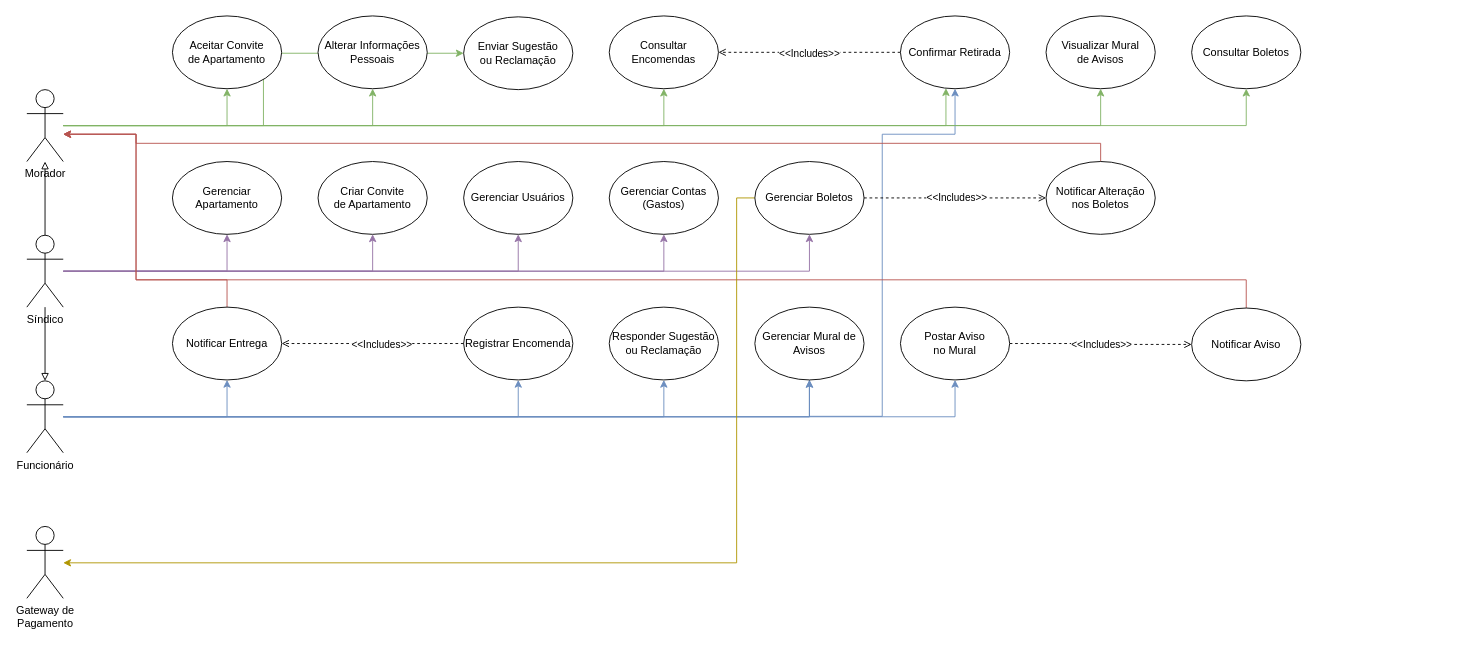
This is Artefatos/Casos de Uso/Diagrama.drawio from jaoppb/villa-pisani, a draw.io file, before an edit. Source tidied: cells renumbered, new cells numbered last; positions are measured from the earlier drawing's top-left corner, leaving out a move shared by most shapes. Both pictures are drawn from the tidied source at 91%, with x=0, y=0 at pixel (26, 15).
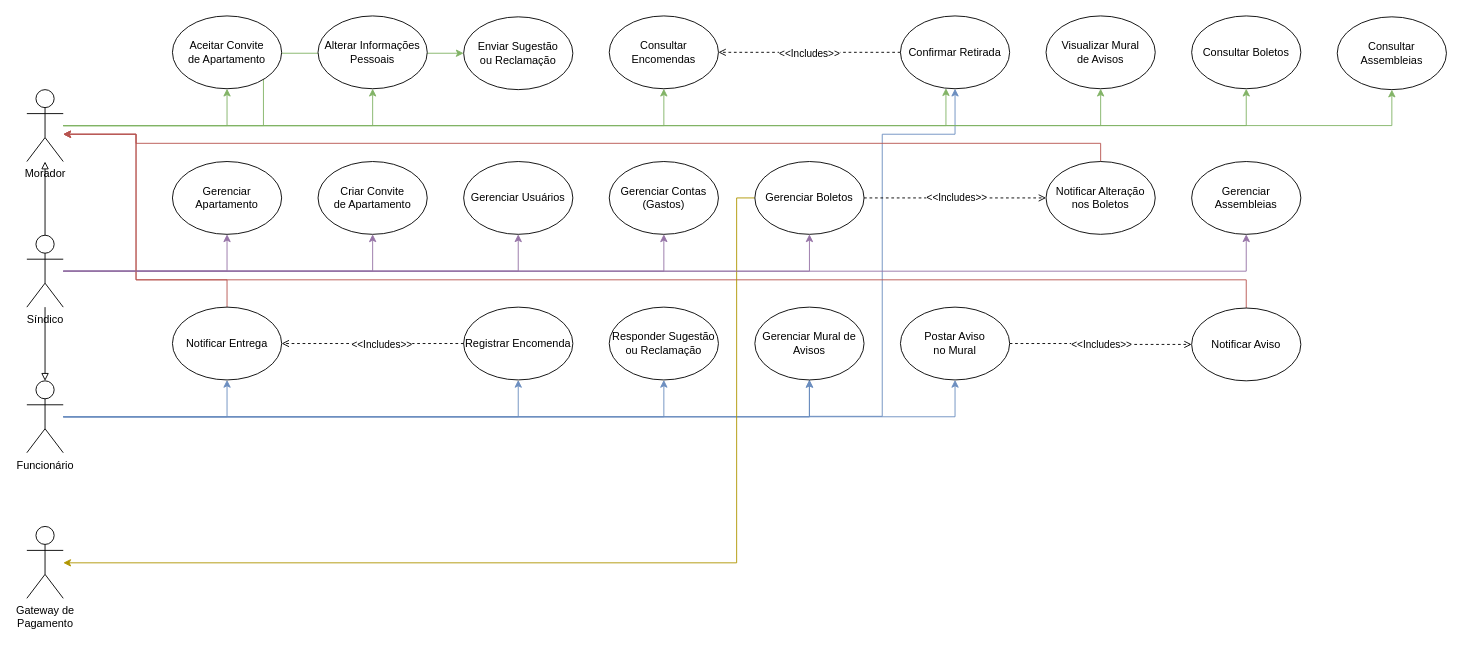
The same diagram, later.

Commit message (it also covers changes not shown here):
docs: updated use case diagram

added 'Gerenciar Assembleias' to 'Sindíco'
added 'Visualizar Assembleias' to 'Morador'

The change refers to these unchanged cells:
```xml
<mxCell id="8" value="Morador" style="shape=umlActor;verticalLabelPosition=bottom;verticalAlign=top;html=1;outlineConnect=0;" parent="1" vertex="1">
  <mxGeometry y="81" width="40" height="79" as="geometry" />
</mxCell>
<mxCell id="15" value="Sí&lt;span style=&quot;background-color: transparent; color: light-dark(rgb(0, 0, 0), rgb(255, 255, 255));&quot;&gt;ndico&lt;/span&gt;" style="shape=umlActor;verticalLabelPosition=bottom;verticalAlign=top;html=1;outlineConnect=0;" parent="1" vertex="1">
  <mxGeometry y="241" width="40" height="79" as="geometry" />
</mxCell>
```

What changed in the source:
```diff
@@
+    <mxCell id="58" value="Consultar Assembleias" style="ellipse;whiteSpace=wrap;html=1;" parent="1" vertex="1">
+      <mxGeometry x="1440" y="1" width="120" height="80" as="geometry" />
+    </mxCell>
+    <mxCell id="59" style="edgeStyle=orthogonalEdgeStyle;rounded=0;jettySize=auto;html=1;fillColor=#d5e8d4;strokeColor=#82b366;" parent="1" edge="1" source="8" target="58">
+      <mxGeometry relative="1" as="geometry">
+        <Array as="points">
+          <mxPoint x="1500" y="120" />
+        </Array>
+      </mxGeometry>
+    </mxCell>
+    <mxCell id="60" value="Gerenciar Assembleias" style="ellipse;whiteSpace=wrap;html=1;" parent="1" vertex="1">
+      <mxGeometry x="1280" y="160" width="120" height="80" as="geometry" />
+    </mxCell>
+    <mxCell id="61" style="edgeStyle=orthogonalEdgeStyle;rounded=0;jettySize=auto;html=1;fillColor=#6a00ff;strokeColor=light-dark(#9673A6,#9577A3);" parent="1" edge="1" source="15" target="60">
+      <mxGeometry relative="1" as="geometry" />
+    </mxCell>
```
